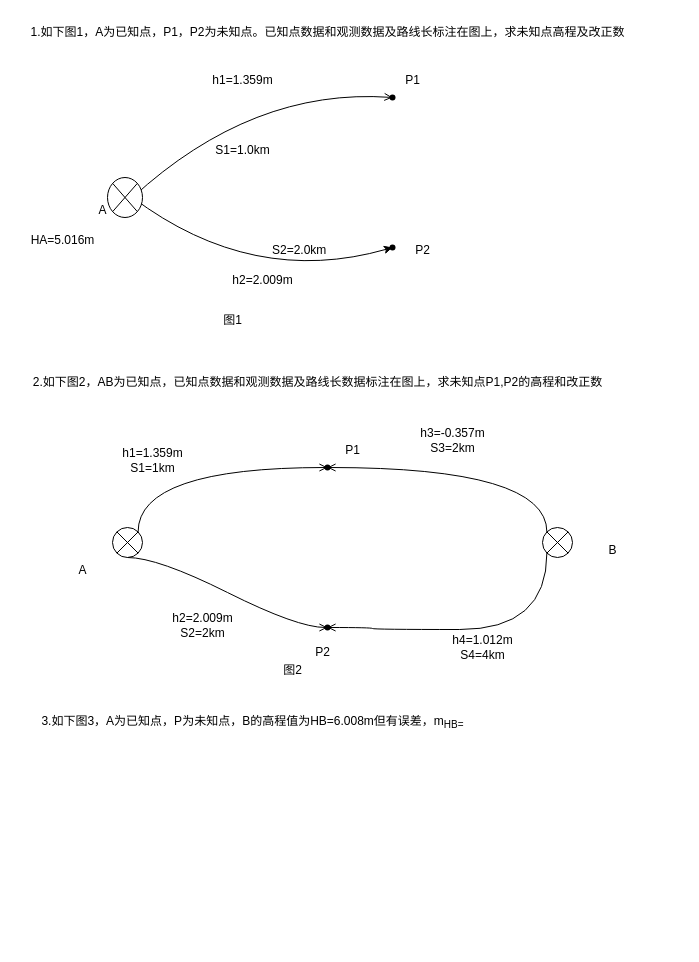
Above: ch.drawio in 1059363121/iodraw-files (draw.io), before the change. Source tidied: cells renumbered, new cells numbered last; positions are measured from the earlier drawing's top-left corner, leaving out a move shared by most shapes. Both pictures are drawn from the tidied source at 100%, with x=0, y=0 at pixel (17, 17). Pictures stored in the file or linked from it are replaced by grey dashed boxes.
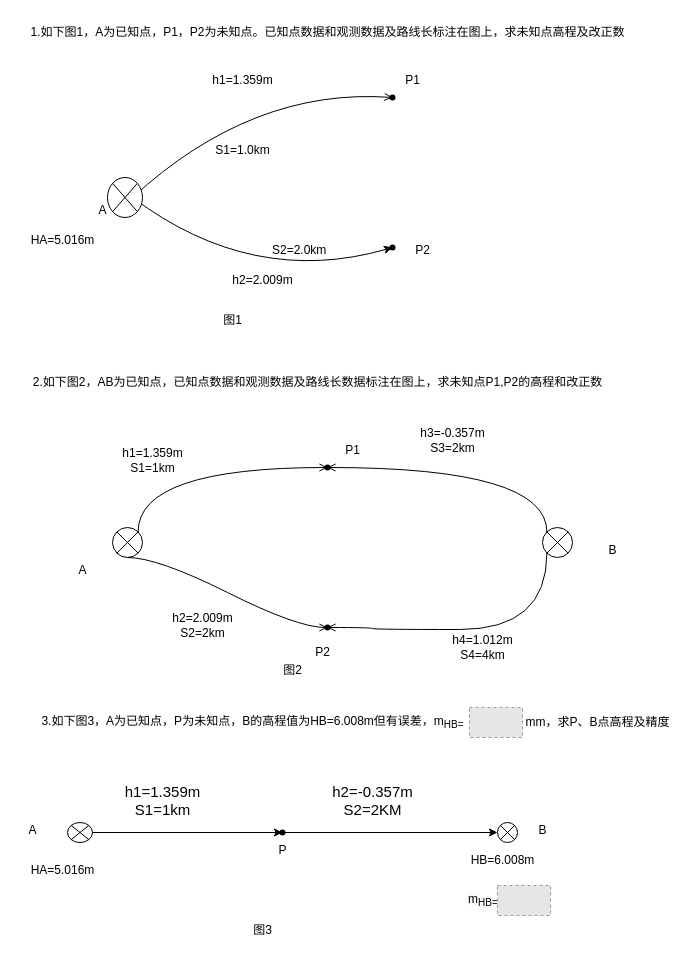
After the change.

Diff of the diagram source:
```diff
@@
+    <mxCell id="36" style="fillColor=#E6E6E6;strokeColor=#999999;dashed=1;verticalLabelPosition=bottom;labelBackgroundColor=default;verticalAlign=top;" parent="1" vertex="1">
+      <mxGeometry x="452" y="690" width="53" height="30" as="geometry" />
+    </mxCell>
+    <mxCell id="37" value="mm，求P、B点高程及精度" style="text;html=1;align=center;verticalAlign=middle;strokeColor=none;fillColor=none;" parent="1" vertex="1">
+      <mxGeometry x="495" y="690" width="170" height="30" as="geometry" />
+    </mxCell>
+    <mxCell id="38" style="shape=sumEllipse;perimeter=ellipsePerimeter;whiteSpace=wrap;html=1;backgroundOutline=1;" parent="1" vertex="1">
+      <mxGeometry x="480" y="805" width="20" height="20" as="geometry" />
+    </mxCell>
+    <mxCell id="39" style="shape=sumEllipse;perimeter=ellipsePerimeter;whiteSpace=wrap;html=1;backgroundOutline=1;" parent="1" vertex="1">
+      <mxGeometry x="50" y="805" width="25" height="20" as="geometry" />
+    </mxCell>
+    <mxCell id="40" style="edgeStyle=orthogonalEdgeStyle;rounded=0;jettySize=auto;html=1;entryX=0;entryY=0.5;entryDx=0;entryDy=0;" parent="1" edge="1" source="41" target="38">
+      <mxGeometry relative="1" as="geometry" />
+    </mxCell>
+    <mxCell id="41" style="shape=waypoint;sketch=0;fillStyle=solid;size=6;points=[];fillColor=none;perimeter=centerPerimeter;snapToPoint=1;" parent="1" vertex="1">
+      <mxGeometry x="255" y="805" width="20" height="20" as="geometry" />
+    </mxCell>
+    <mxCell id="42" style="edgeStyle=orthogonalEdgeStyle;rounded=0;jettySize=auto;html=1;exitX=1;exitY=0.5;exitDx=0;exitDy=0;entryX=-0.08;entryY=0.73;entryDx=0;entryDy=0;entryPerimeter=0;" parent="1" edge="1" source="39" target="41">
+      <mxGeometry relative="1" as="geometry" />
+    </mxCell>
+    <mxCell id="43" value="P" style="text;html=1;align=center;verticalAlign=middle;strokeColor=none;fillColor=none;" parent="1" vertex="1">
+      <mxGeometry x="250" y="818" width="30" height="30" as="geometry" />
+    </mxCell>
+    <mxCell id="44" value="B" style="text;html=1;align=center;verticalAlign=middle;strokeColor=none;fillColor=none;" parent="1" vertex="1">
+      <mxGeometry x="510" y="798" width="30" height="30" as="geometry" />
+    </mxCell>
+    <mxCell id="45" value="A" style="text;html=1;align=center;verticalAlign=middle;strokeColor=none;fillColor=none;" parent="1" vertex="1">
+      <mxGeometry y="798" width="30" height="30" as="geometry" />
+    </mxCell>
+    <mxCell id="46" value="HA=5.016m" style="text;html=1;align=center;verticalAlign=middle;strokeColor=none;fillColor=none;" parent="1" vertex="1">
+      <mxGeometry y="838" width="90" height="30" as="geometry" />
+    </mxCell>
+    <mxCell id="47" value="HB=6.008m" style="text;html=1;align=center;verticalAlign=middle;strokeColor=none;fillColor=none;" parent="1" vertex="1">
+      <mxGeometry x="440" y="828" width="90" height="30" as="geometry" />
+    </mxCell>
+    <mxCell id="48" value="&lt;span style=&quot;color: rgb(0, 0, 0); font-family: Helvetica; font-size: 12px; font-style: normal; font-variant-ligatures: normal; font-variant-caps: normal; font-weight: 400; letter-spacing: normal; orphans: 2; text-align: center; text-indent: 0px; text-transform: none; widows: 2; word-spacing: 0px; -webkit-text-stroke-width: 0px; white-space: nowrap; background-color: rgb(251, 251, 251); text-decoration-thickness: initial; text-decoration-style: initial; text-decoration-color: initial; display: inline !important; float: none;&quot;&gt;m&lt;/span&gt;&lt;sub style=&quot;forced-color-adjust: none; color: rgb(0, 0, 0); font-family: Helvetica; font-style: normal; font-variant-ligatures: normal; font-variant-caps: normal; font-weight: 400; letter-spacing: normal; orphans: 2; text-align: center; text-indent: 0px; text-transform: none; widows: 2; word-spacing: 0px; -webkit-text-stroke-width: 0px; white-space: nowrap; background-color: rgb(251, 251, 251); text-decoration-thickness: initial; text-decoration-style: initial; text-decoration-color: initial;&quot;&gt;HB=&lt;/sub&gt;" style="text;whiteSpace=wrap;html=1;" parent="1" vertex="1">
+      <mxGeometry x="448.5" y="868" width="60" height="40" as="geometry" />
+    </mxCell>
+    <mxCell id="49" style="fillColor=#E6E6E6;strokeColor=#999999;dashed=1;verticalLabelPosition=bottom;labelBackgroundColor=default;verticalAlign=top;" parent="1" vertex="1">
+      <mxGeometry x="480" y="868" width="53" height="30" as="geometry" />
+    </mxCell>
+    <mxCell id="50" value="&lt;font style=&quot;font-size: 15px;&quot;&gt;h2=-0.357m&lt;/font&gt;&lt;div style=&quot;font-size: 15px;&quot;&gt;&lt;font style=&quot;font-size: 15px;&quot;&gt;S2=2KM&lt;/font&gt;&lt;/div&gt;" style="text;html=1;align=center;verticalAlign=middle;strokeColor=none;fillColor=none;" parent="1" vertex="1">
+      <mxGeometry x="305" y="758" width="100" height="50" as="geometry" />
+    </mxCell>
+    <mxCell id="51" value="&lt;font style=&quot;font-size: 15px;&quot;&gt;h1=1.359m&lt;/font&gt;&lt;div style=&quot;font-size: 15px;&quot;&gt;&lt;font style=&quot;font-size: 15px;&quot;&gt;S1=1km&lt;/font&gt;&lt;/div&gt;" style="text;html=1;align=center;verticalAlign=middle;strokeColor=none;fillColor=none;" parent="1" vertex="1">
+      <mxGeometry x="95" y="758" width="100" height="50" as="geometry" />
+    </mxCell>
+    <mxCell id="52" value="图3" style="text;html=1;align=center;verticalAlign=middle;strokeColor=none;fillColor=none;" parent="1" vertex="1">
+      <mxGeometry x="225" y="898" width="40" height="30" as="geometry" />
+    </mxCell>
```
